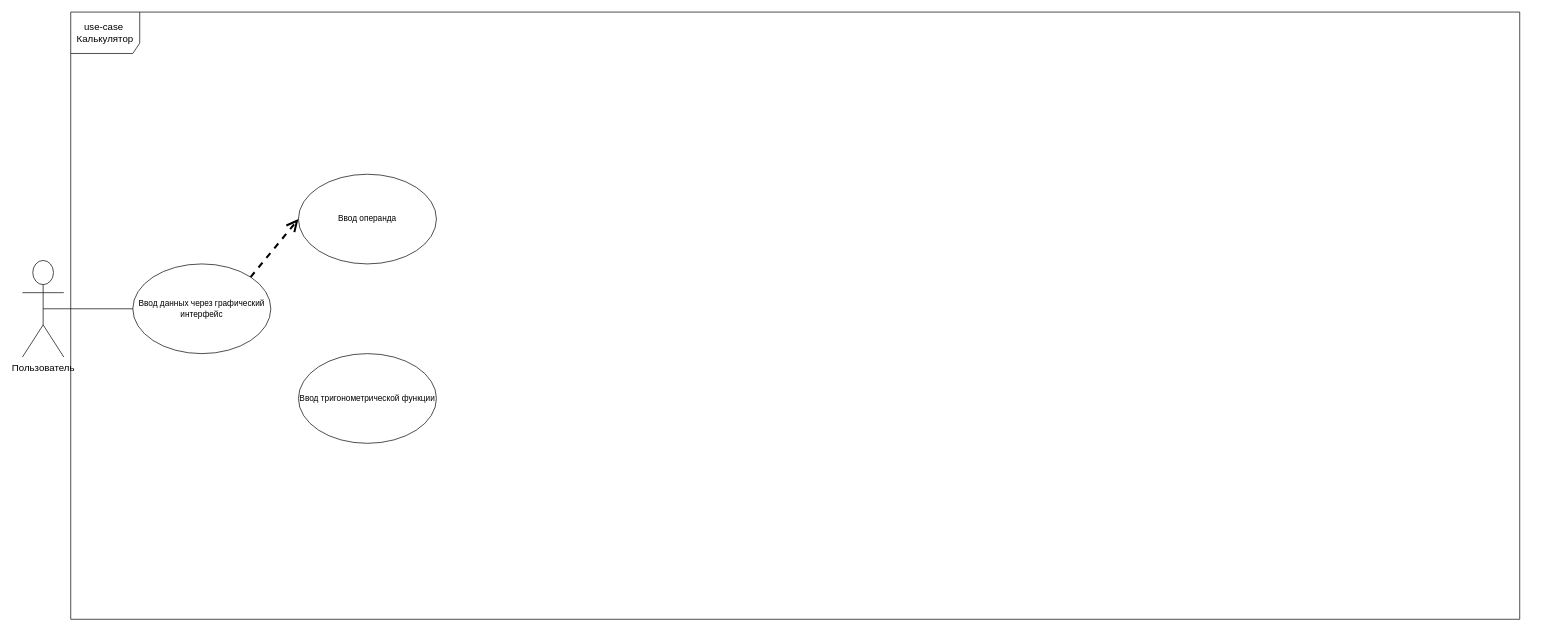
Before: Untitled Diagram.drawio in romankuz19/-, a draw.io diagram. Source tidied: cells renumbered, new cells numbered last; positions are measured from the earlier drawing's top-left corner, leaving out a move shared by most shapes. Both pictures are drawn from the tidied source at 69%, with x=0, y=0 at pixel (22, 12).
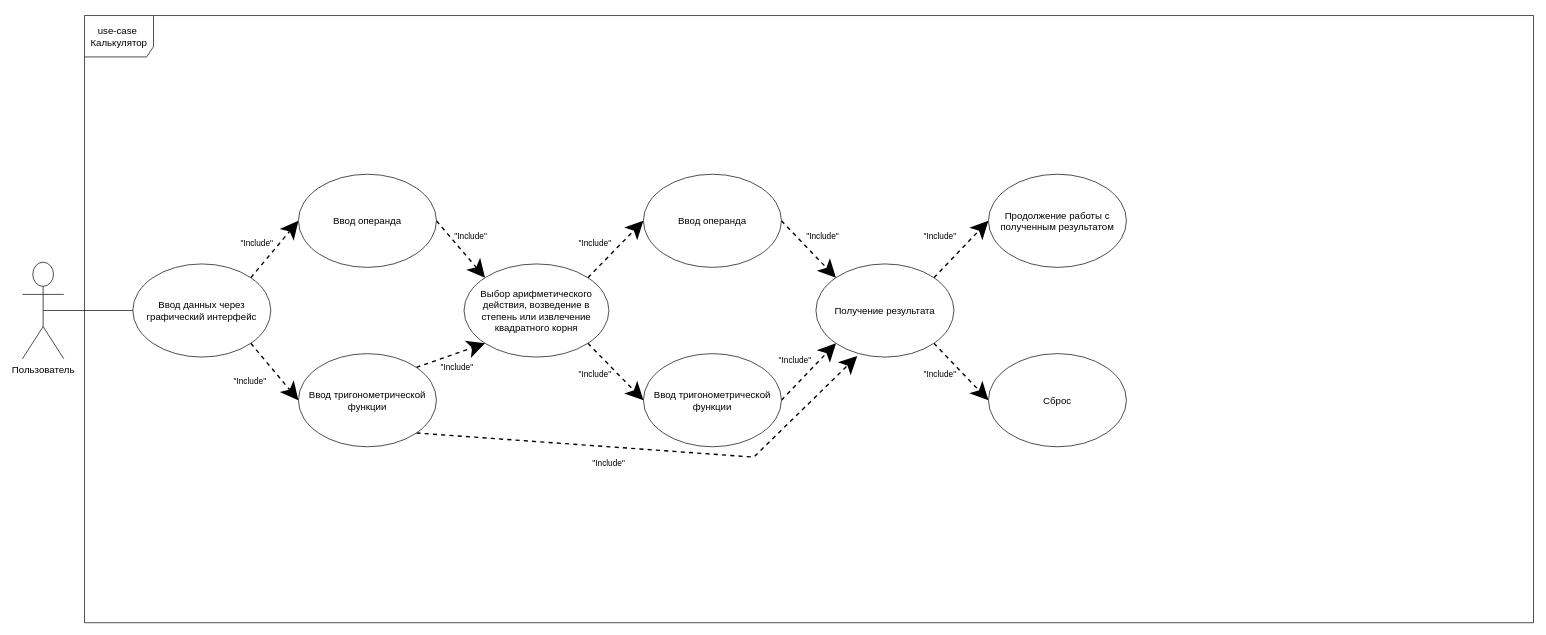
Above is the later version.

The edit, as a diff of the source:
```diff
@@
     <mxCell id="2" value="&lt;font style=&quot;font-size: 14px&quot;&gt;use-case&amp;nbsp;&lt;br&gt;Калькулятор&lt;/font&gt;" style="shape=umlFrame;whiteSpace=wrap;html=1;width=100;height=60;perimeterSpacing=0;shadow=0;" parent="1" vertex="1">
-      <mxGeometry x="70" width="2100" height="880" as="geometry" />
+      <mxGeometry x="90" y="5" width="2100" height="880" as="geometry" />
     </mxCell>
     <mxCell id="3" value="&lt;font style=&quot;font-size: 14px&quot;&gt;Пользователь&lt;/font&gt;" style="shape=umlActor;verticalLabelPosition=bottom;verticalAlign=top;html=1;" parent="1" vertex="1">
-      <mxGeometry y="360" width="60" height="140" as="geometry" />
+      <mxGeometry y="362.5" width="60" height="140" as="geometry" />
     </mxCell>
+    <mxCell id="9" style="edgeStyle=none;rounded=0;jumpStyle=none;jumpSize=21;jettySize=auto;html=1;exitX=1;exitY=1;exitDx=0;exitDy=0;entryX=0;entryY=0.5;entryDx=0;entryDy=0;dashed=1;startSize=19;endSize=20;strokeWidth=2;" parent="1" edge="1" source="4" target="7">
+      <mxGeometry relative="1" as="geometry" />
+    </mxCell>
+    <mxCell id="8" style="edgeStyle=none;rounded=0;jumpStyle=none;jumpSize=21;jettySize=auto;html=1;exitX=1;exitY=0;exitDx=0;exitDy=0;entryX=0;entryY=0.5;entryDx=0;entryDy=0;dashed=1;startSize=19;endSize=20;strokeWidth=2;" parent="1" edge="1" source="4" target="6">
+      <mxGeometry relative="1" as="geometry" />
+    </mxCell>
-    <mxCell id="4" value="Ввод данных через графический интерфейс" style="ellipse;whiteSpace=wrap;html=1;" parent="1" vertex="1">
-      <mxGeometry x="160" y="365" width="200" height="130" as="geometry" />
+    <mxCell id="4" value="&lt;font style=&quot;font-size: 14px&quot;&gt;Ввод данных через графический интерфейс&lt;/font&gt;" style="ellipse;whiteSpace=wrap;html=1;" parent="1" vertex="1">
+      <mxGeometry x="160" y="365" width="200" height="135" as="geometry" />
     </mxCell>
@@
+    <mxCell id="10" style="edgeStyle=none;rounded=0;jumpStyle=none;jumpSize=21;jettySize=auto;html=1;exitX=1;exitY=0.5;exitDx=0;exitDy=0;entryX=0;entryY=0;entryDx=0;entryDy=0;dashed=1;startSize=19;endSize=20;strokeWidth=2;" parent="1" edge="1" source="6" target="20">
+      <mxGeometry relative="1" as="geometry" />
+    </mxCell>
-    <mxCell id="6" value="Ввод операнда" style="ellipse;whiteSpace=wrap;html=1;" parent="1" vertex="1">
-      <mxGeometry x="400" y="235" width="200" height="130" as="geometry" />
+    <mxCell id="6" value="&lt;font style=&quot;font-size: 14px&quot;&gt;Ввод операнда&lt;/font&gt;" style="ellipse;whiteSpace=wrap;html=1;" parent="1" vertex="1">
+      <mxGeometry x="400" y="235" width="200" height="135" as="geometry" />
     </mxCell>
+    <mxCell id="11" style="edgeStyle=none;rounded=0;jumpStyle=none;jumpSize=21;jettySize=auto;html=1;exitX=1;exitY=1;exitDx=0;exitDy=0;entryX=0.3;entryY=0.988;entryDx=0;entryDy=0;entryPerimeter=0;dashed=1;startSize=19;endSize=20;strokeWidth=2;" parent="1" edge="1" source="7" target="17">
+      <mxGeometry relative="1" as="geometry">
+        <Array as="points">
+          <mxPoint x="1060" y="645" />
+        </Array>
+      </mxGeometry>
+    </mxCell>
+    <mxCell id="12" style="edgeStyle=none;rounded=0;jumpStyle=none;jumpSize=21;jettySize=auto;html=1;exitX=1;exitY=0;exitDx=0;exitDy=0;entryX=0;entryY=1;entryDx=0;entryDy=0;dashed=1;startSize=19;endSize=20;strokeWidth=2;" parent="1" edge="1" source="7" target="20">
+      <mxGeometry relative="1" as="geometry" />
+    </mxCell>
-    <mxCell id="7" value="Ввод тригонометрической функции" style="ellipse;whiteSpace=wrap;html=1;" parent="1" vertex="1">
-      <mxGeometry x="400" y="495" width="200" height="130" as="geometry" />
+    <mxCell id="7" value="&lt;font style=&quot;font-size: 14px&quot;&gt;Ввод тригонометрической функции&lt;/font&gt;" style="ellipse;whiteSpace=wrap;html=1;" parent="1" vertex="1">
+      <mxGeometry x="400" y="495" width="200" height="135" as="geometry" />
     </mxCell>
-    <mxCell id="8" style="endArrow=open;endFill=1;endSize=12;html=1;dashed=1;strokeWidth=3;entryX=0;entryY=0.5;entryDx=0;entryDy=0;exitX=1;exitY=0;exitDx=0;exitDy=0;" parent="1" edge="1" source="4" target="6">
-      <mxGeometry relative="1" as="geometry" />
-    </mxCell>
+    <mxCell id="13" value="&quot;Include&quot;" style="text;html=1;strokeColor=none;fillColor=none;align=center;verticalAlign=middle;whiteSpace=wrap;rounded=0;shadow=0;" parent="1" vertex="1">
+      <mxGeometry x="320" y="325" width="40" height="20" as="geometry" />
+    </mxCell>
+    <mxCell id="14" value="&quot;Include&quot;" style="text;html=1;strokeColor=none;fillColor=none;align=center;verticalAlign=middle;whiteSpace=wrap;rounded=0;shadow=0;" parent="1" vertex="1">
+      <mxGeometry x="310" y="525" width="40" height="20" as="geometry" />
+    </mxCell>
+    <mxCell id="15" style="edgeStyle=none;rounded=0;jumpStyle=none;jumpSize=21;jettySize=auto;html=1;exitX=1;exitY=0;exitDx=0;exitDy=0;entryX=0;entryY=0.5;entryDx=0;entryDy=0;dashed=1;startSize=19;endSize=20;strokeWidth=2;" parent="1" edge="1" source="17" target="25">
+      <mxGeometry relative="1" as="geometry" />
+    </mxCell>
+    <mxCell id="16" style="edgeStyle=none;rounded=0;jumpStyle=none;jumpSize=21;jettySize=auto;html=1;exitX=1;exitY=1;exitDx=0;exitDy=0;entryX=0;entryY=0.5;entryDx=0;entryDy=0;dashed=1;startSize=19;endSize=20;strokeWidth=2;" parent="1" edge="1" source="17" target="26">
+      <mxGeometry relative="1" as="geometry" />
+    </mxCell>
+    <mxCell id="17" value="&lt;font style=&quot;font-size: 14px&quot;&gt;Получение результата&lt;/font&gt;" style="ellipse;whiteSpace=wrap;html=1;" parent="1" vertex="1">
+      <mxGeometry x="1150" y="365" width="200" height="135" as="geometry" />
+    </mxCell>
+    <mxCell id="18" style="edgeStyle=none;rounded=0;jumpStyle=none;jumpSize=21;jettySize=auto;html=1;exitX=1;exitY=0;exitDx=0;exitDy=0;entryX=0;entryY=0.5;entryDx=0;entryDy=0;dashed=1;startSize=19;endSize=20;strokeWidth=2;" parent="1" edge="1" source="20" target="22">
+      <mxGeometry relative="1" as="geometry" />
+    </mxCell>
+    <mxCell id="19" style="edgeStyle=none;rounded=0;jumpStyle=none;jumpSize=21;jettySize=auto;html=1;exitX=1;exitY=1;exitDx=0;exitDy=0;entryX=0;entryY=0.5;entryDx=0;entryDy=0;dashed=1;startSize=19;endSize=20;strokeWidth=2;" parent="1" edge="1" source="20" target="24">
+      <mxGeometry relative="1" as="geometry" />
+    </mxCell>
+    <mxCell id="20" value="&lt;font style=&quot;font-size: 14px&quot;&gt;Выбор арифметического действия, возведение в степень или извлечение квадратного корня&lt;/font&gt;" style="ellipse;whiteSpace=wrap;html=1;" parent="1" vertex="1">
+      <mxGeometry x="640" y="365" width="210" height="135" as="geometry" />
+    </mxCell>
+    <mxCell id="21" style="edgeStyle=none;rounded=0;jumpStyle=none;jumpSize=21;jettySize=auto;html=1;exitX=1;exitY=0.5;exitDx=0;exitDy=0;entryX=0;entryY=0;entryDx=0;entryDy=0;dashed=1;startSize=19;endSize=20;strokeWidth=2;" parent="1" edge="1" source="22" target="17">
+      <mxGeometry relative="1" as="geometry" />
+    </mxCell>
+    <mxCell id="22" value="&lt;font style=&quot;font-size: 14px&quot;&gt;Ввод операнда&lt;/font&gt;" style="ellipse;whiteSpace=wrap;html=1;" parent="1" vertex="1">
+      <mxGeometry x="900" y="235" width="200" height="135" as="geometry" />
+    </mxCell>
+    <mxCell id="23" style="edgeStyle=none;rounded=0;jumpStyle=none;jumpSize=21;jettySize=auto;html=1;exitX=1;exitY=0.5;exitDx=0;exitDy=0;entryX=0;entryY=1;entryDx=0;entryDy=0;dashed=1;startSize=19;endSize=20;strokeWidth=2;" parent="1" edge="1" source="24" target="17">
+      <mxGeometry relative="1" as="geometry" />
+    </mxCell>
+    <mxCell id="24" value="&lt;font style=&quot;font-size: 14px&quot;&gt;Ввод тригонометрической функции&lt;/font&gt;" style="ellipse;whiteSpace=wrap;html=1;" parent="1" vertex="1">
+      <mxGeometry x="900" y="495" width="200" height="135" as="geometry" />
+    </mxCell>
+    <mxCell id="25" value="&lt;font style=&quot;font-size: 14px&quot;&gt;Продолжение работы с полученным результатом&lt;/font&gt;" style="ellipse;whiteSpace=wrap;html=1;" parent="1" vertex="1">
+      <mxGeometry x="1400" y="235" width="200" height="135" as="geometry" />
+    </mxCell>
+    <mxCell id="26" value="&lt;font style=&quot;font-size: 14px&quot;&gt;Сброс&lt;/font&gt;" style="ellipse;whiteSpace=wrap;html=1;" parent="1" vertex="1">
+      <mxGeometry x="1400" y="495" width="200" height="135" as="geometry" />
+    </mxCell>
+    <mxCell id="27" value="&quot;Include&quot;" style="text;html=1;strokeColor=none;fillColor=none;align=center;verticalAlign=middle;whiteSpace=wrap;rounded=0;shadow=0;" parent="1" vertex="1">
+      <mxGeometry x="630" y="315" width="40" height="20" as="geometry" />
+    </mxCell>
+    <mxCell id="28" value="&quot;Include&quot;" style="text;html=1;strokeColor=none;fillColor=none;align=center;verticalAlign=middle;whiteSpace=wrap;rounded=0;shadow=0;" parent="1" vertex="1">
+      <mxGeometry x="610" y="505" width="40" height="20" as="geometry" />
+    </mxCell>
+    <mxCell id="29" value="&quot;Include&quot;" style="text;html=1;strokeColor=none;fillColor=none;align=center;verticalAlign=middle;whiteSpace=wrap;rounded=0;shadow=0;" parent="1" vertex="1">
+      <mxGeometry x="810" y="325" width="40" height="20" as="geometry" />
+    </mxCell>
+    <mxCell id="30" value="&quot;Include&quot;" style="text;html=1;strokeColor=none;fillColor=none;align=center;verticalAlign=middle;whiteSpace=wrap;rounded=0;shadow=0;" parent="1" vertex="1">
+      <mxGeometry x="810" y="515" width="40" height="20" as="geometry" />
+    </mxCell>
+    <mxCell id="31" value="&quot;Include&quot;" style="text;html=1;strokeColor=none;fillColor=none;align=center;verticalAlign=middle;whiteSpace=wrap;rounded=0;shadow=0;" parent="1" vertex="1">
+      <mxGeometry x="1140" y="315" width="40" height="20" as="geometry" />
+    </mxCell>
+    <mxCell id="32" value="&quot;Include&quot;" style="text;html=1;strokeColor=none;fillColor=none;align=center;verticalAlign=middle;whiteSpace=wrap;rounded=0;shadow=0;" parent="1" vertex="1">
+      <mxGeometry x="1100" y="495" width="40" height="20" as="geometry" />
+    </mxCell>
+    <mxCell id="33" value="&quot;Include&quot;" style="text;html=1;strokeColor=none;fillColor=none;align=center;verticalAlign=middle;whiteSpace=wrap;rounded=0;shadow=0;" parent="1" vertex="1">
+      <mxGeometry x="830" y="645" width="40" height="20" as="geometry" />
+    </mxCell>
+    <mxCell id="34" value="&quot;Include&quot;" style="text;html=1;strokeColor=none;fillColor=none;align=center;verticalAlign=middle;whiteSpace=wrap;rounded=0;shadow=0;" parent="1" vertex="1">
+      <mxGeometry x="1310" y="315" width="40" height="20" as="geometry" />
+    </mxCell>
+    <mxCell id="35" value="&quot;Include&quot;" style="text;html=1;strokeColor=none;fillColor=none;align=center;verticalAlign=middle;whiteSpace=wrap;rounded=0;shadow=0;" parent="1" vertex="1">
+      <mxGeometry x="1310" y="515" width="40" height="20" as="geometry" />
+    </mxCell>
```
